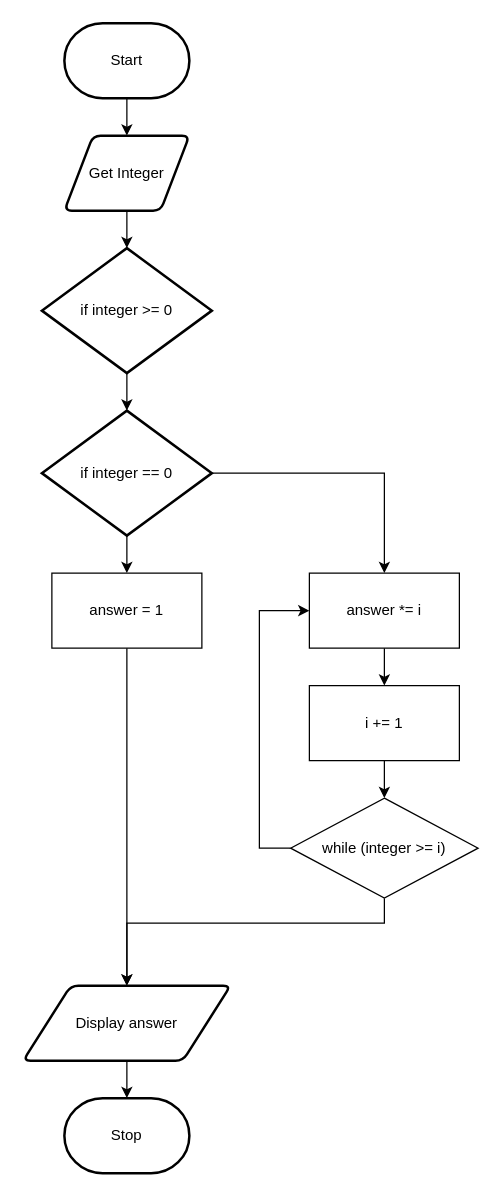
This is page "Flowchart" (1 of 2) of design.drawio from Samuel-Webster-178/ICS3U-Unit4-Unit4-02-Python, a draw.io file, before an edit. Source tidied: cells renumbered, new cells numbered last; positions are measured from the earlier drawing's top-left corner, leaving out a move shared by most shapes. Both pictures are drawn from the tidied source at 125%, with x=0, y=0 at pixel (22, 22).
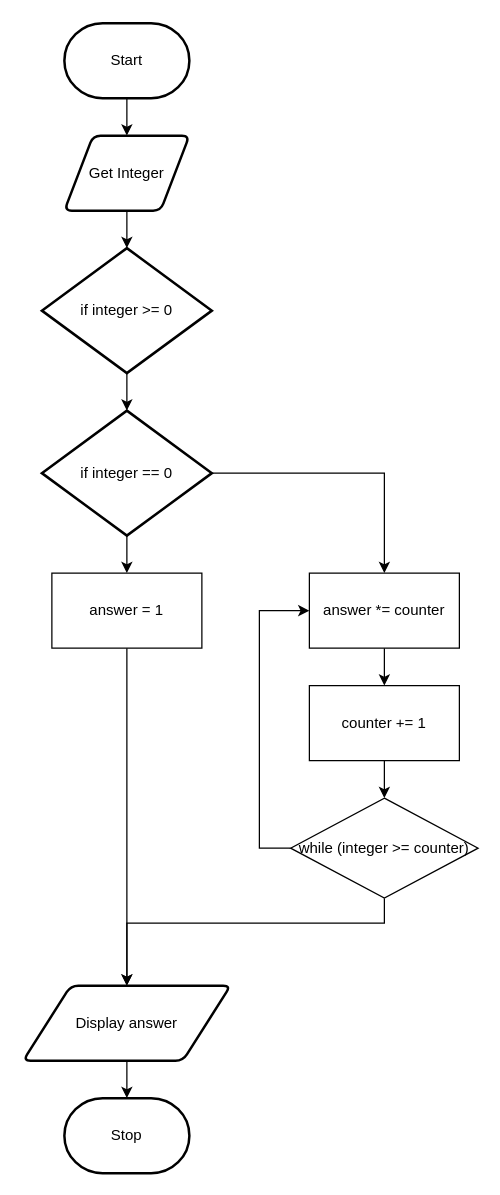
The same page after the edit.

Change to the diagram source:
```diff
@@
-    <mxCell id="17" value="answer *= i" style="rounded=0;whiteSpace=wrap;html=1;" parent="1" vertex="1">
+    <mxCell id="17" value="answer *=&amp;nbsp;counter" style="rounded=0;whiteSpace=wrap;html=1;" parent="1" vertex="1">
       <mxGeometry x="229" y="440" width="120" height="60" as="geometry" />
     </mxCell>
@@
-    <mxCell id="19" value="i += 1" style="rounded=0;whiteSpace=wrap;html=1;" parent="1" vertex="1">
+    <mxCell id="19" value="counter += 1" style="rounded=0;whiteSpace=wrap;html=1;" parent="1" vertex="1">
       <mxGeometry x="229" y="530" width="120" height="60" as="geometry" />
     </mxCell>
@@
-    <mxCell id="22" value="while (integer &amp;gt;= i)" style="rhombus;whiteSpace=wrap;html=1;" parent="1" vertex="1">
+    <mxCell id="22" value="while (integer &amp;gt;= counter)" style="rhombus;whiteSpace=wrap;html=1;" parent="1" vertex="1">
       <mxGeometry x="214" y="620" width="150" height="80" as="geometry" />
     </mxCell>
```
